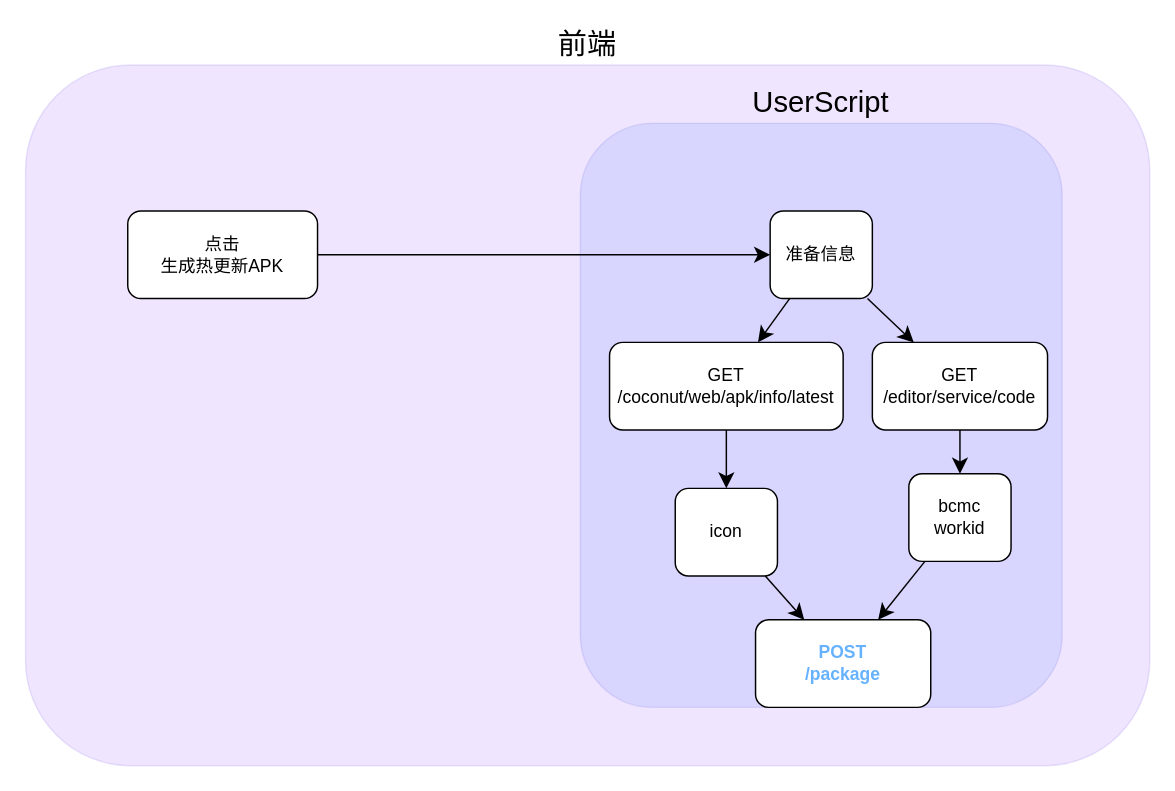
The draw.io diagram CoCo-Helper.drawio in Inventocode/Draw.io-Files, before the edit. Source tidied: cells renumbered, new cells numbered last; positions are measured from the earlier drawing's top-left corner, leaving out a move shared by most shapes. Both pictures are drawn from the tidied source at 146%, with x=0, y=0 at pixel (25, 64).
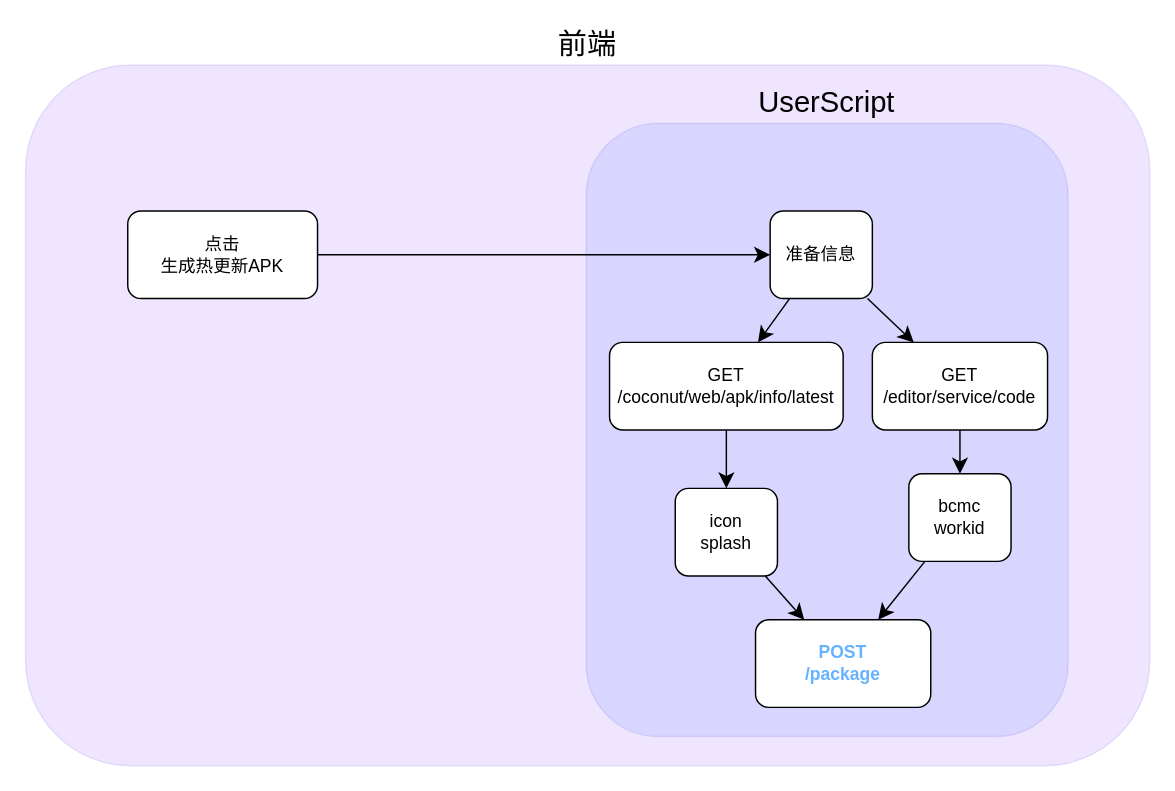
The same diagram, later.

What changed in the source:
```diff
@@
 <mxGraphModel>
   <root>
     <mxCell id="0" />
     <mxCell id="1" parent="0" />
     <mxCell id="2" value="前端" style="rounded=1;whiteSpace=wrap;html=1;fillColor=#6a00ff;fontColor=#000000;strokeColor=#3700CC;opacity=10;glass=0;shadow=0;labelPosition=center;verticalLabelPosition=top;align=center;verticalAlign=bottom;fontSize=20;" parent="1" vertex="1">
       <mxGeometry width="770" height="480" as="geometry" />
     </mxCell>
     <mxCell id="3" value="&lt;font&gt;UserScript&lt;/font&gt;" style="rounded=1;whiteSpace=wrap;html=1;fillColor=#0050ef;fontColor=#000000;strokeColor=#001DBC;opacity=10;glass=0;shadow=0;fontSize=20;labelPosition=center;verticalLabelPosition=top;align=center;verticalAlign=bottom;" parent="1" vertex="1">
-      <mxGeometry x="380" y="40" width="330" height="400" as="geometry" />
+      <mxGeometry x="384" y="40" width="330" height="420" as="geometry" />
     </mxCell>
     <mxCell id="4" value="bcmc&lt;div&gt;workid&lt;/div&gt;" style="rounded=1;whiteSpace=wrap;html=1;" parent="1" vertex="1">
       <mxGeometry x="605" y="280" width="70" height="60" as="geometry" />
     </mxCell>
     <mxCell id="5" value="POST&lt;div&gt;/package&lt;/div&gt;" style="rounded=1;whiteSpace=wrap;html=1;labelBackgroundColor=none;fontColor=#66B2FF;fontStyle=1;" parent="1" vertex="1">
       <mxGeometry x="500" y="380" width="120" height="60" as="geometry" />
     </mxCell>
     <mxCell id="6" style="endArrow=classic;html=1;rounded=0;fontSize=12;startSize=8;endSize=8;curved=1;" parent="1" edge="1" source="4" target="5">
       <mxGeometry relative="1" as="geometry" />
     </mxCell>
     <mxCell id="7" value="GET&lt;div&gt;/coconut/web/apk/info/latest&lt;/div&gt;" style="rounded=1;whiteSpace=wrap;html=1;" parent="1" vertex="1">
       <mxGeometry x="400" y="190" width="160" height="60" as="geometry" />
     </mxCell>
     <mxCell id="8" value="GET&lt;div&gt;/editor/service/code&lt;/div&gt;" style="rounded=1;whiteSpace=wrap;html=1;" parent="1" vertex="1">
       <mxGeometry x="580" y="190" width="120" height="60" as="geometry" />
     </mxCell>
-    <mxCell id="9" value="icon" style="rounded=1;whiteSpace=wrap;html=1;" parent="1" vertex="1">
+    <mxCell id="9" value="icon&lt;div&gt;splash&lt;/div&gt;" style="rounded=1;whiteSpace=wrap;html=1;" parent="1" vertex="1">
       <mxGeometry x="445" y="290" width="70" height="60" as="geometry" />
     </mxCell>
     <mxCell id="10" style="endArrow=classic;html=1;rounded=0;fontSize=12;startSize=8;endSize=8;curved=1;" parent="1" edge="1" source="7" target="9">
       <mxGeometry relative="1" as="geometry" />
     </mxCell>
     <mxCell id="11" style="endArrow=classic;html=1;rounded=0;fontSize=12;startSize=8;endSize=8;curved=1;" parent="1" edge="1" source="8" target="4">
       <mxGeometry relative="1" as="geometry" />
     </mxCell>
     <mxCell id="12" style="endArrow=classic;html=1;rounded=0;fontSize=12;startSize=8;endSize=8;curved=1;" parent="1" edge="1" source="9" target="5">
       <mxGeometry relative="1" as="geometry" />
     </mxCell>
     <mxCell id="13" value="准备信息" style="rounded=1;whiteSpace=wrap;html=1;" parent="1" vertex="1">
       <mxGeometry x="510" y="100" width="70" height="60" as="geometry" />
     </mxCell>
     <mxCell id="14" value="点击&lt;div&gt;生成热更新APK&lt;/div&gt;" style="rounded=1;whiteSpace=wrap;html=1;" parent="1" vertex="1">
       <mxGeometry x="70" y="100" width="130" height="60" as="geometry" />
     </mxCell>
     <mxCell id="15" style="endArrow=classic;html=1;rounded=0;fontSize=12;startSize=8;endSize=8;curved=1;" parent="1" edge="1" source="13" target="7">
       <mxGeometry relative="1" as="geometry" />
     </mxCell>
     <mxCell id="16" style="endArrow=classic;html=1;rounded=0;fontSize=12;startSize=8;endSize=8;curved=1;" parent="1" edge="1" source="14" target="13">
       <mxGeometry relative="1" as="geometry" />
     </mxCell>
     <mxCell id="17" style="endArrow=classic;html=1;rounded=0;fontSize=12;startSize=8;endSize=8;curved=1;" parent="1" edge="1" source="13" target="8">
       <mxGeometry relative="1" as="geometry" />
     </mxCell>
   </root>
 </mxGraphModel>
```
